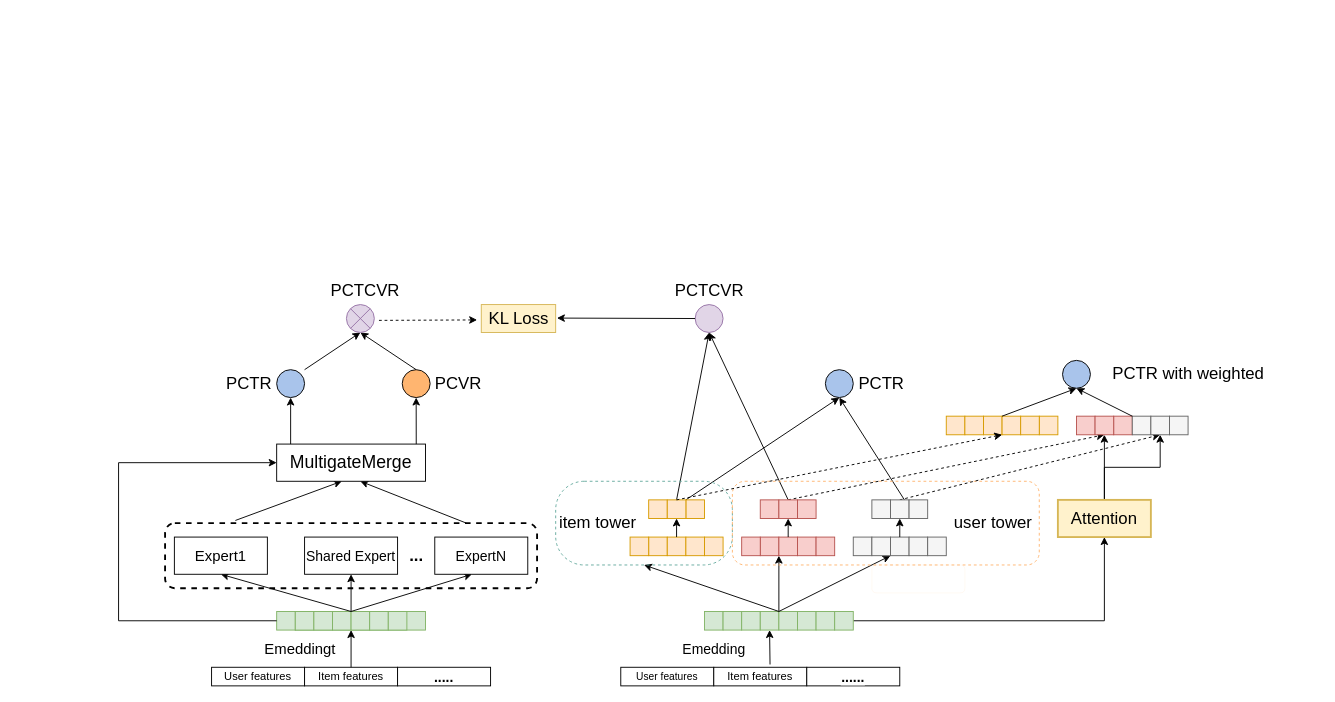
The draw.io diagram Untitled Diagram.drawio in OdaXU/svm, before the edit. Source tidied: cells renumbered, new cells numbered last; positions are measured from the earlier drawing's top-left corner, leaving out a move shared by most shapes. Both pictures are drawn from the tidied source at 93%, with x=0, y=0 at pixel (16, 16).
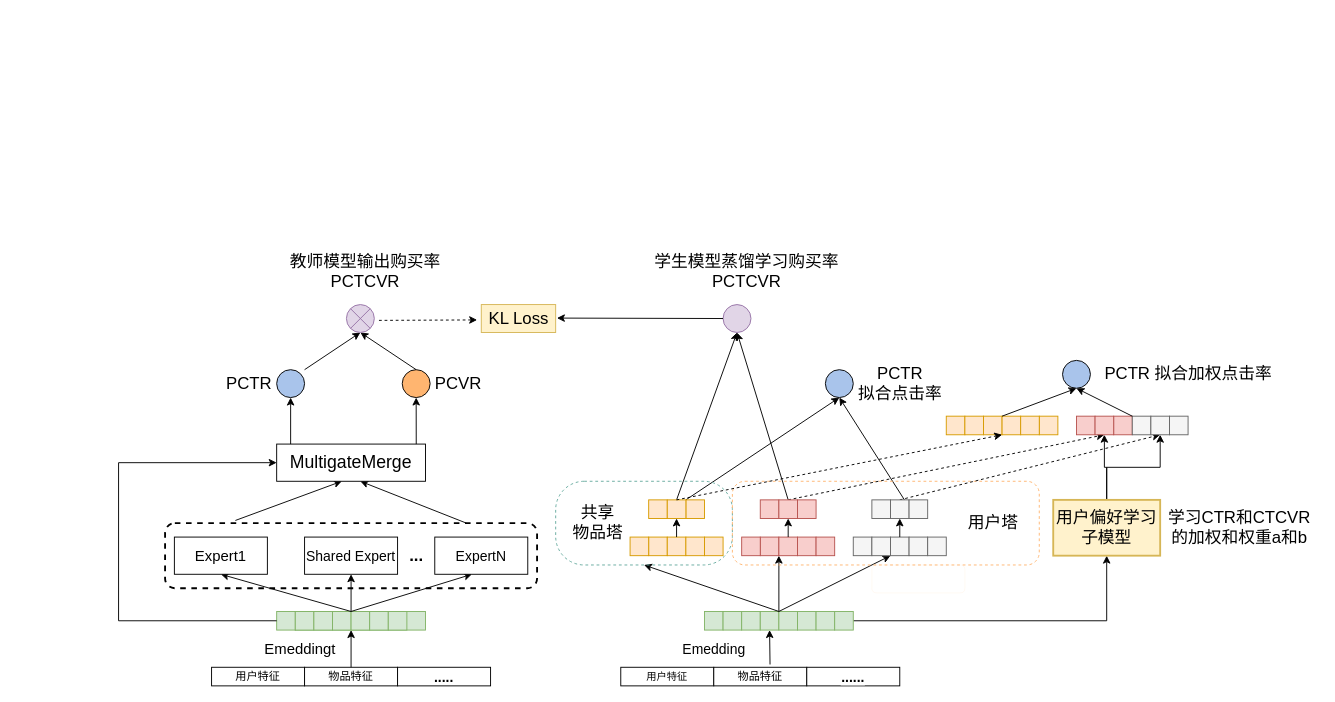
Above is the later version.

What changed in the source:
```diff
@@
-    <mxCell id="2" value="User features" style="rounded=0;whiteSpace=wrap;html=1;" parent="1" vertex="1">
+    <mxCell id="2" value="用户特征" style="rounded=0;whiteSpace=wrap;html=1;" parent="1" vertex="1">
       <mxGeometry x="210" y="700" width="100" height="20" as="geometry" />
     </mxCell>
-    <mxCell id="3" value="Item features" style="rounded=0;whiteSpace=wrap;html=1;" parent="1" vertex="1">
+    <mxCell id="3" value="物品特征" style="rounded=0;whiteSpace=wrap;html=1;" parent="1" vertex="1">
       <mxGeometry x="310" y="700" width="100" height="20" as="geometry" />
     </mxCell>
@@
-    <mxCell id="33" value="PCTCVR" style="text;html=1;align=center;verticalAlign=middle;strokeColor=none;fillColor=none;fontSize=18;fontColor=#000000;" parent="1" vertex="1">
-      <mxGeometry x="330" y="280" width="90" height="30" as="geometry" />
+    <mxCell id="33" value="教师模型输出购买率&lt;br&gt;PCTCVR" style="text;html=1;align=center;verticalAlign=middle;strokeColor=none;fillColor=none;fontSize=18;fontColor=#000000;" parent="1" vertex="1">
+      <mxGeometry x="285" y="250" width="180" height="50" as="geometry" />
     </mxCell>
@@
-    <mxCell id="37" value="&lt;font style=&quot;font-size: 11px;&quot;&gt;User features&lt;/font&gt;" style="rounded=0;whiteSpace=wrap;html=1;labelBackgroundColor=#FFFFFF;sketch=0;fontSize=11;fontColor=#000000;strokeColor=#000000;fillColor=default;" parent="1" vertex="1">
+    <mxCell id="37" value="&lt;font style=&quot;font-size: 11px;&quot;&gt;用户特征&lt;/font&gt;" style="rounded=0;whiteSpace=wrap;html=1;labelBackgroundColor=#FFFFFF;sketch=0;fontSize=11;fontColor=#000000;strokeColor=#000000;fillColor=default;" parent="1" vertex="1">
       <mxGeometry x="650" y="700" width="100" height="20" as="geometry" />
     </mxCell>
-    <mxCell id="38" value="Item features" style="rounded=0;whiteSpace=wrap;html=1;labelBackgroundColor=#FFFFFF;sketch=0;fontSize=12;fontColor=#000000;strokeColor=#000000;fillColor=default;" parent="1" vertex="1">
+    <mxCell id="38" value="物品特征" style="rounded=0;whiteSpace=wrap;html=1;labelBackgroundColor=#FFFFFF;sketch=0;fontSize=12;fontColor=#000000;strokeColor=#000000;fillColor=default;" parent="1" vertex="1">
       <mxGeometry x="750" y="700" width="100" height="20" as="geometry" />
     </mxCell>
@@
     <mxCell id="70" style="ellipse;whiteSpace=wrap;html=1;labelBackgroundColor=#FFFFFF;sketch=0;fontSize=15;strokeColor=#9673a6;fillColor=#e1d5e7;" parent="1" vertex="1">
-      <mxGeometry x="730" y="310" width="30" height="30" as="geometry" />
+      <mxGeometry x="760" y="310" width="30" height="30" as="geometry" />
     </mxCell>
-    <mxCell id="71" value="PCTCVR" style="text;html=1;align=center;verticalAlign=middle;strokeColor=none;fillColor=none;fontSize=18;fontColor=#000000;" parent="1" vertex="1">
-      <mxGeometry x="700" y="280" width="90" height="30" as="geometry" />
+    <mxCell id="71" value="学生模型蒸馏学习购买率&lt;br&gt;PCTCVR" style="text;html=1;align=center;verticalAlign=middle;strokeColor=none;fillColor=none;fontSize=18;fontColor=#000000;" parent="1" vertex="1">
+      <mxGeometry x="680" y="250" width="210" height="50" as="geometry" />
     </mxCell>
@@
-    <mxCell id="76" value="PCTR" style="text;html=1;align=center;verticalAlign=middle;strokeColor=none;fillColor=none;fontSize=18;fontColor=#000000;" parent="1" vertex="1">
-      <mxGeometry x="900" y="380" width="60" height="30" as="geometry" />
+    <mxCell id="76" value="PCTR&lt;br&gt;拟合点击率" style="text;html=1;align=center;verticalAlign=middle;strokeColor=none;fillColor=none;fontSize=18;fontColor=#000000;" parent="1" vertex="1">
+      <mxGeometry x="895" y="370" width="110" height="50" as="geometry" />
     </mxCell>
@@
-    <mxCell id="82" value="item tower" style="text;html=1;align=center;verticalAlign=middle;strokeColor=none;fillColor=none;fontSize=18;fontColor=#000000;dashed=1;" parent="1" vertex="1">
-      <mxGeometry x="575" y="530" width="100" height="30" as="geometry" />
+    <mxCell id="82" value="共享&lt;br&gt;物品塔" style="text;html=1;align=center;verticalAlign=middle;strokeColor=none;fillColor=none;fontSize=18;fontColor=#000000;dashed=1;" parent="1" vertex="1">
+      <mxGeometry x="590" y="520" width="70" height="50" as="geometry" />
     </mxCell>
-    <mxCell id="83" value="user tower" style="text;html=1;align=center;verticalAlign=middle;strokeColor=none;fillColor=none;fontSize=18;fontColor=#000000;" parent="1" vertex="1">
-      <mxGeometry x="1000" y="530" width="100" height="30" as="geometry" />
+    <mxCell id="83" value="用户塔" style="text;html=1;align=center;verticalAlign=middle;strokeColor=none;fillColor=none;fontSize=18;fontColor=#000000;" parent="1" vertex="1">
+      <mxGeometry x="1015" y="530" width="70" height="30" as="geometry" />
     </mxCell>
@@
-    <mxCell id="90" value="Attention" style="rounded=0;whiteSpace=wrap;html=1;labelBackgroundColor=none;sketch=0;fontSize=18;strokeColor=#d6b656;strokeWidth=2;fillColor=#fff2cc;" parent="1" vertex="1">
-      <mxGeometry x="1120" y="520" width="100" height="40" as="geometry" />
+    <mxCell id="90" value="用户偏好学习子模型" style="rounded=0;whiteSpace=wrap;html=1;labelBackgroundColor=none;sketch=0;fontSize=18;strokeColor=#d6b656;strokeWidth=2;fillColor=#fff2cc;" parent="1" vertex="1">
+      <mxGeometry x="1115" y="520" width="115" height="60" as="geometry" />
     </mxCell>
@@
-    <mxCell id="128" value="PCTR with weighted" style="text;html=1;align=center;verticalAlign=middle;strokeColor=none;fillColor=none;fontSize=18;fontColor=#000000;" parent="1" vertex="1">
-      <mxGeometry x="1170" y="370" width="180" height="30" as="geometry" />
+    <mxCell id="128" value="PCTR 拟合加权点击率" style="text;html=1;align=center;verticalAlign=middle;strokeColor=none;fillColor=none;fontSize=18;fontColor=#000000;" parent="1" vertex="1">
+      <mxGeometry x="1160" y="370" width="200" height="30" as="geometry" />
     </mxCell>
@@
+    <mxCell id="130" value="学习CTR和CTCVR&lt;br&gt;的加权和权重a和b" style="text;html=1;align=center;verticalAlign=middle;strokeColor=none;fillColor=none;fontSize=18;fontColor=#000000;" parent="1" vertex="1">
+      <mxGeometry x="1230" y="525" width="170" height="50" as="geometry" />
+    </mxCell>
```
